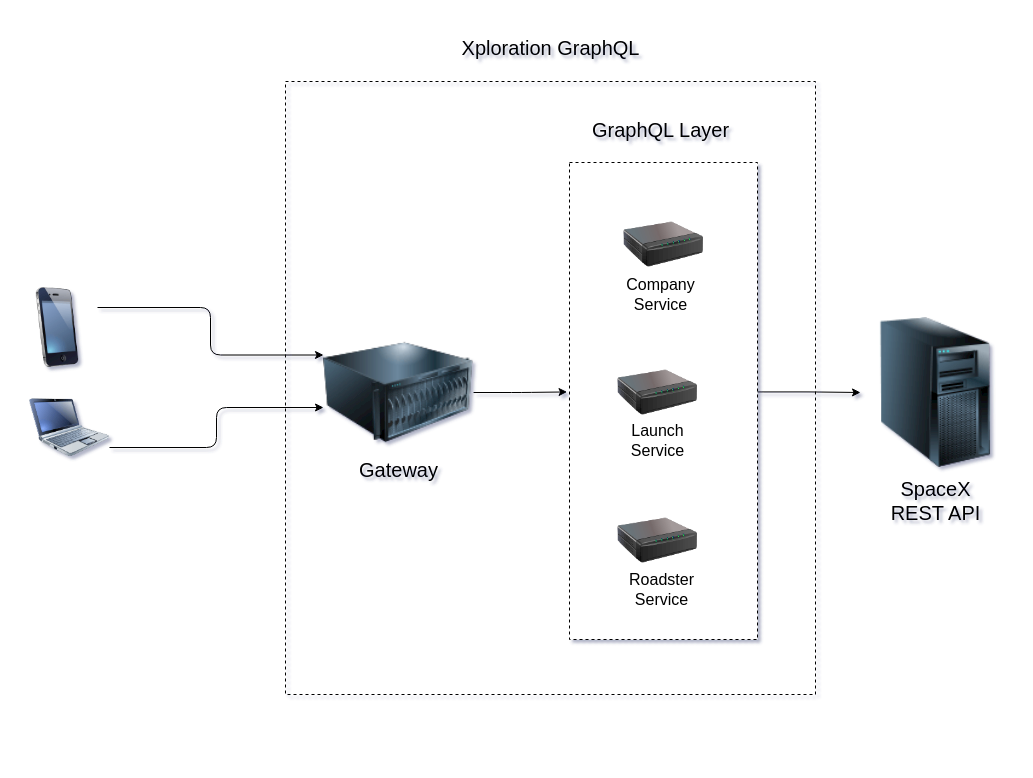
The draw.io diagram xploration-graphql.drawio in Kartikkumargujarati/xploration-graphql, before the edit. Source tidied: cells renumbered, new cells numbered last; positions are measured from the earlier drawing's top-left corner, leaving out a move shared by most shapes. Both pictures are drawn from the tidied source at 100%, with x=0, y=0 at pixel (17, 33).
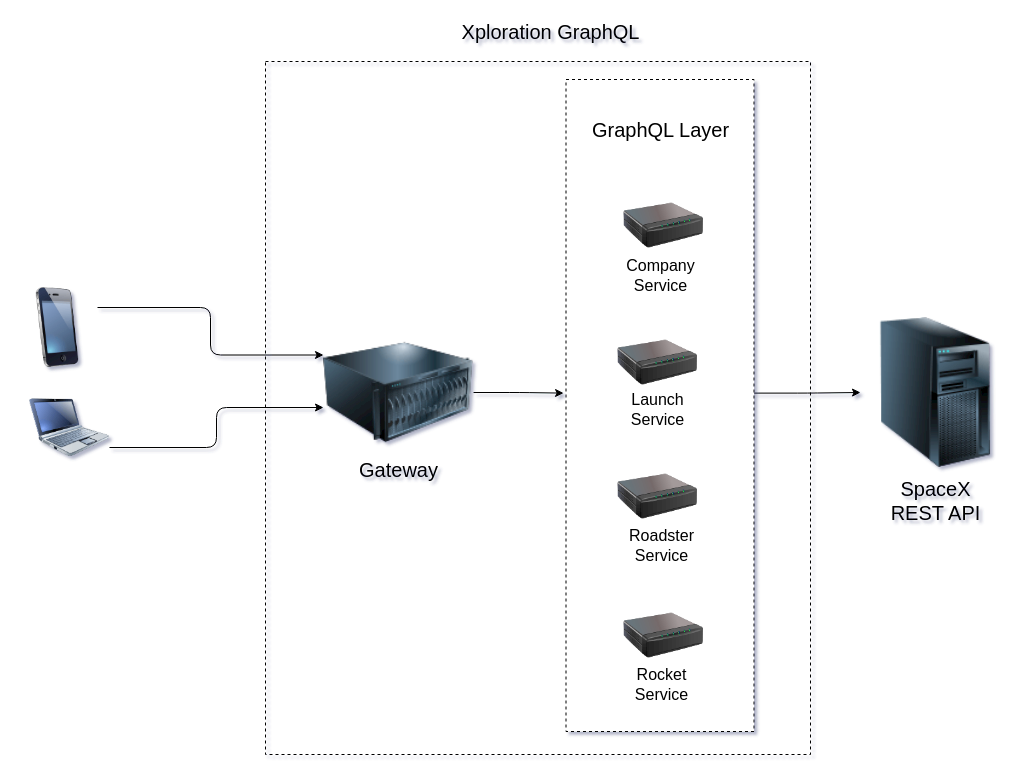
The same page after the edit.

Commit message (it also covers changes not shown here):
updated arch diagram

Change to the diagram source:
```diff
@@
     <mxCell id="6" style="whiteSpace=wrap;html=1;dashed=1;" parent="1" vertex="1">
-      <mxGeometry x="552" y="129" width="188" height="477" as="geometry" />
+      <mxGeometry x="548.5" y="46" width="188" height="652" as="geometry" />
     </mxCell>
@@
     <mxCell id="9" style="image;html=1;image=img/lib/clip_art/networking/Print_Server_128x128.png;dashed=1;labelBackgroundColor=none;fontSize=16;fontColor=#000000;" parent="1" vertex="1">
-      <mxGeometry x="606" y="171" width="80" height="80" as="geometry" />
+      <mxGeometry x="606" y="152" width="80" height="80" as="geometry" />
     </mxCell>
     <mxCell id="10" style="image;html=1;image=img/lib/clip_art/networking/Print_Server_128x128.png;dashed=1;labelBackgroundColor=none;fontSize=16;fontColor=#000000;" parent="1" vertex="1">
-      <mxGeometry x="600" y="319" width="80" height="80" as="geometry" />
+      <mxGeometry x="600" y="289" width="80" height="80" as="geometry" />
     </mxCell>
     <mxCell id="11" style="image;html=1;image=img/lib/clip_art/networking/Print_Server_128x128.png;dashed=1;labelBackgroundColor=none;fontSize=16;fontColor=#000000;" parent="1" vertex="1">
-      <mxGeometry x="600" y="467" width="80" height="80" as="geometry" />
+      <mxGeometry x="600" y="423" width="80" height="80" as="geometry" />
     </mxCell>
     <mxCell id="12" value="&lt;div&gt;Company &lt;br&gt;&lt;/div&gt;&lt;div&gt;Service&lt;/div&gt;" style="text;align=center;verticalAlign=middle;fillColor=none;strokeColor=none;rounded=0;dashed=1;fontSize=16;labelBackgroundColor=none;labelBorderColor=none;html=1;" parent="1" vertex="1">
-      <mxGeometry x="603" y="240" width="79" height="42" as="geometry" />
+      <mxGeometry x="603" y="221" width="79" height="42" as="geometry" />
     </mxCell>
     <mxCell id="13" value="&lt;div&gt;Launch&lt;/div&gt;&lt;div&gt;Service&lt;br&gt;&lt;/div&gt;" style="text;align=center;verticalAlign=middle;fillColor=none;strokeColor=none;rounded=0;dashed=1;fontSize=16;labelBackgroundColor=none;labelBorderColor=none;html=1;" parent="1" vertex="1">
-      <mxGeometry x="608.5" y="386" width="63" height="42" as="geometry" />
+      <mxGeometry x="608.5" y="355" width="63" height="42" as="geometry" />
     </mxCell>
     <mxCell id="14" value="&lt;div&gt;Roadster&lt;/div&gt;&lt;div&gt;Service&lt;br&gt;&lt;/div&gt;" style="text;align=center;verticalAlign=middle;fillColor=none;strokeColor=none;rounded=0;dashed=1;fontSize=16;labelBackgroundColor=none;labelBorderColor=none;html=1;" parent="1" vertex="1">
-      <mxGeometry x="606" y="535" width="75" height="42" as="geometry" />
+      <mxGeometry x="606" y="491" width="75" height="42" as="geometry" />
     </mxCell>
@@
     <mxCell id="20" style="rounded=0;whiteSpace=wrap;html=1;dashed=1;labelBackgroundColor=none;fontSize=20;fontColor=#000000;fillColor=none;" parent="1" vertex="1">
-      <mxGeometry x="268" y="48" width="530" height="613" as="geometry" />
+      <mxGeometry x="248" y="28" width="545" height="693" as="geometry" />
     </mxCell>
     <mxCell id="21" value="Xploration GraphQL" style="text;html=1;align=center;verticalAlign=middle;fillColor=none;strokeColor=none;rounded=0;dashed=1;labelBackgroundColor=none;fontSize=20;fontColor=#000000;" parent="1" vertex="1">
-      <mxGeometry x="439" width="188" height="28" as="geometry" />
+      <mxGeometry x="439" y="-16" width="188" height="28" as="geometry" />
     </mxCell>
+    <mxCell id="22" style="image;html=1;image=img/lib/clip_art/networking/Print_Server_128x128.png;dashed=1;labelBackgroundColor=none;fontSize=16;fontColor=#000000;" parent="1" vertex="1">
+      <mxGeometry x="606" y="562" width="80" height="80" as="geometry" />
+    </mxCell>
+    <mxCell id="23" value="&lt;div&gt;Rocket&lt;/div&gt;&lt;div&gt;Service&lt;br&gt;&lt;/div&gt;" style="text;align=center;verticalAlign=middle;fillColor=none;strokeColor=none;rounded=0;dashed=1;fontSize=16;labelBackgroundColor=none;labelBorderColor=none;html=1;" parent="1" vertex="1">
+      <mxGeometry x="612" y="630" width="63" height="42" as="geometry" />
+    </mxCell>
```
